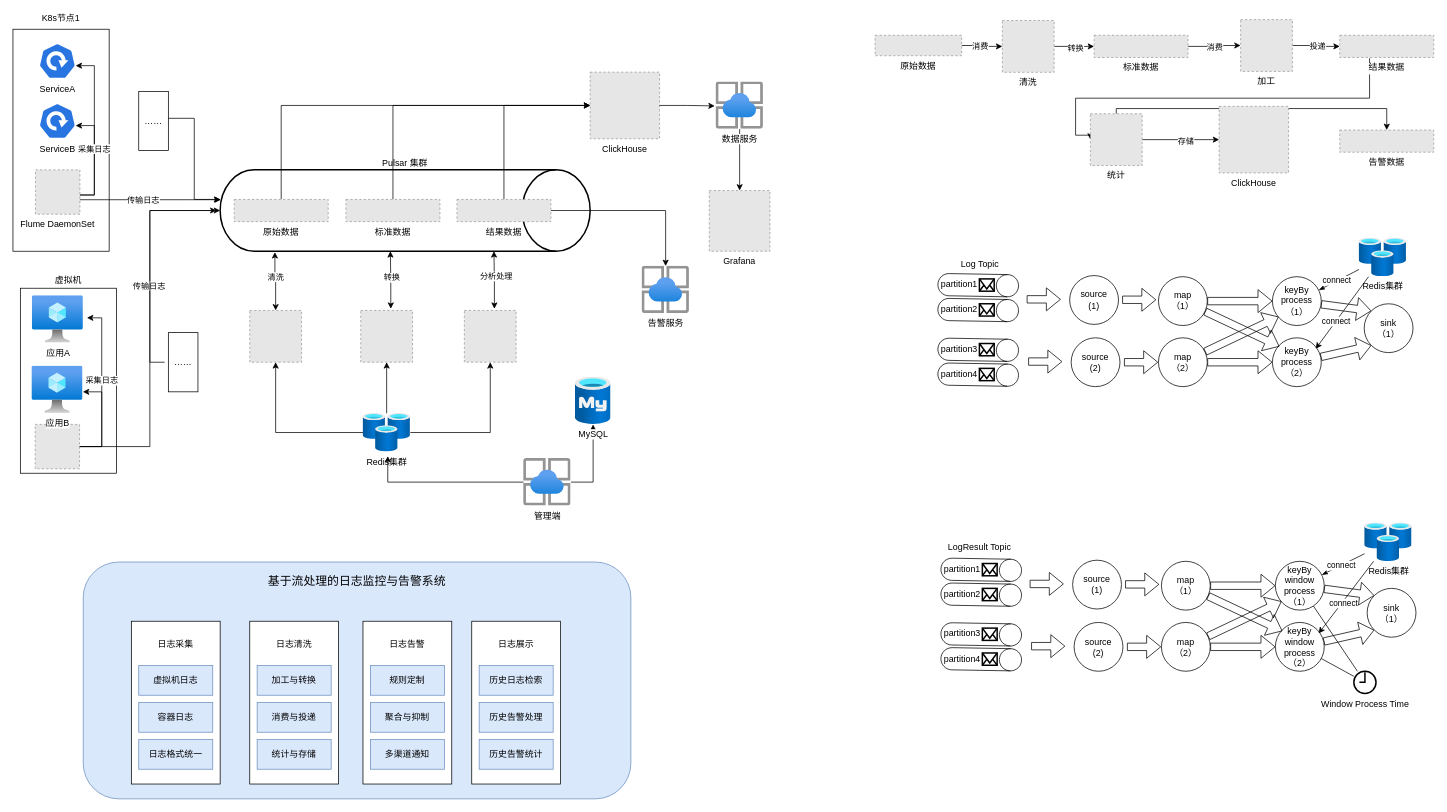
Above: DrawIO/flume-pulsar-flink.drawio in LancePeng42/Pic-Bed (draw.io), before the change. Source tidied: cells renumbered, new cells numbered last; positions are measured from the earlier drawing's top-left corner, leaving out a move shared by most shapes. Both pictures are drawn from the tidied source at 74%, with x=0, y=0 at pixel (13, 19). Pictures stored in the file or linked from it are replaced by grey dashed boxes.
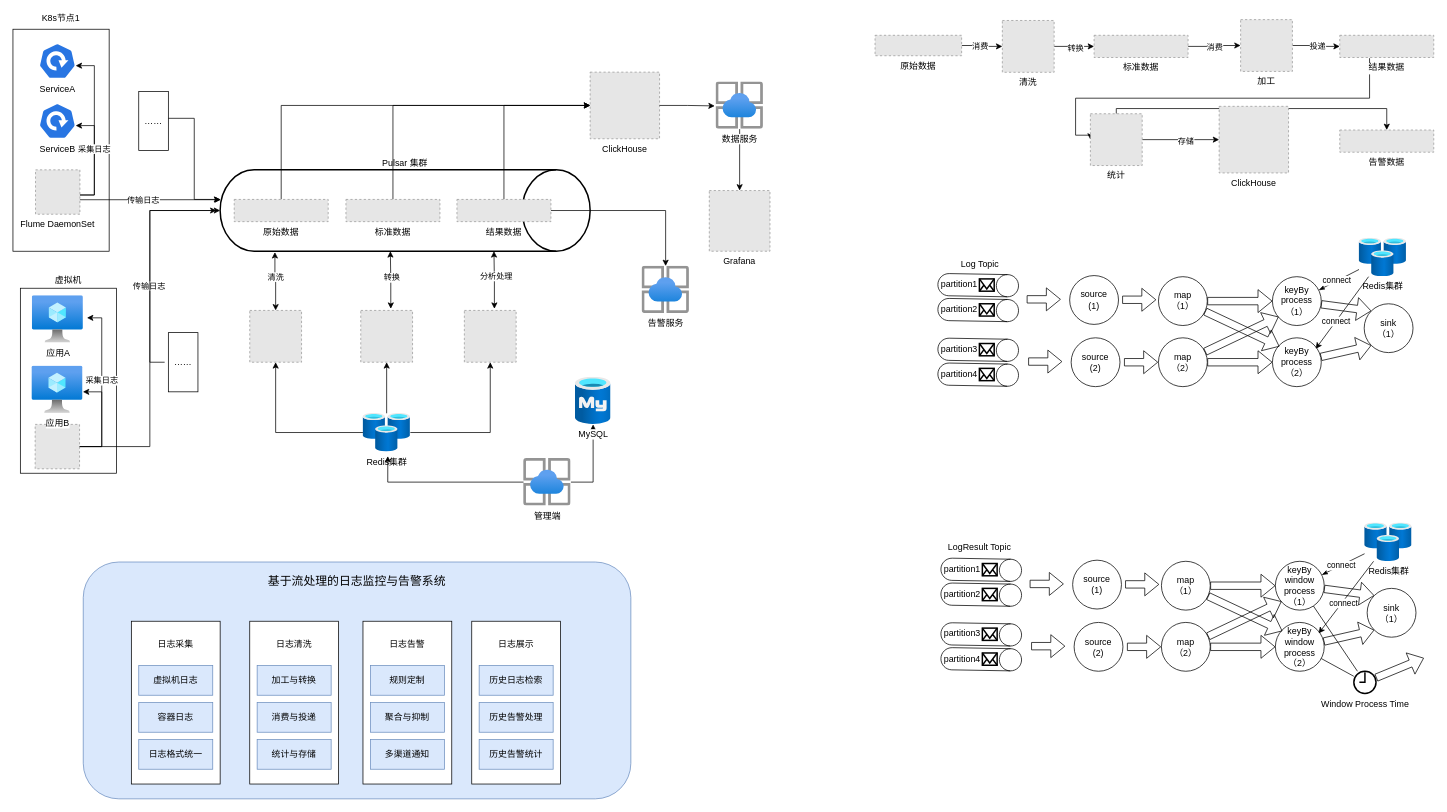
The same page after the edit.

Unchanged cells that the change refers to:
```xml
<mxCell id="164" value="Window Process Time" style="html=1;verticalLabelPosition=bottom;align=center;labelBackgroundColor=#ffffff;verticalAlign=top;strokeWidth=2;strokeColor=#000000;shadow=0;dashed=0;shape=mxgraph.ios7.icons.clock;" parent="1" vertex="1">
  <mxGeometry x="1812" y="880.6" width="30" height="30" as="geometry" />
</mxCell>
```

Change to the diagram source:
```diff
@@
+    <mxCell id="165" style="rounded=0;jettySize=auto;html=1;shape=flexArrow;" parent="1" edge="1" source="164">
+      <mxGeometry relative="1" as="geometry">
+        <mxPoint x="1906.7" y="862.7" as="targetPoint" />
+      </mxGeometry>
+    </mxCell>
```
